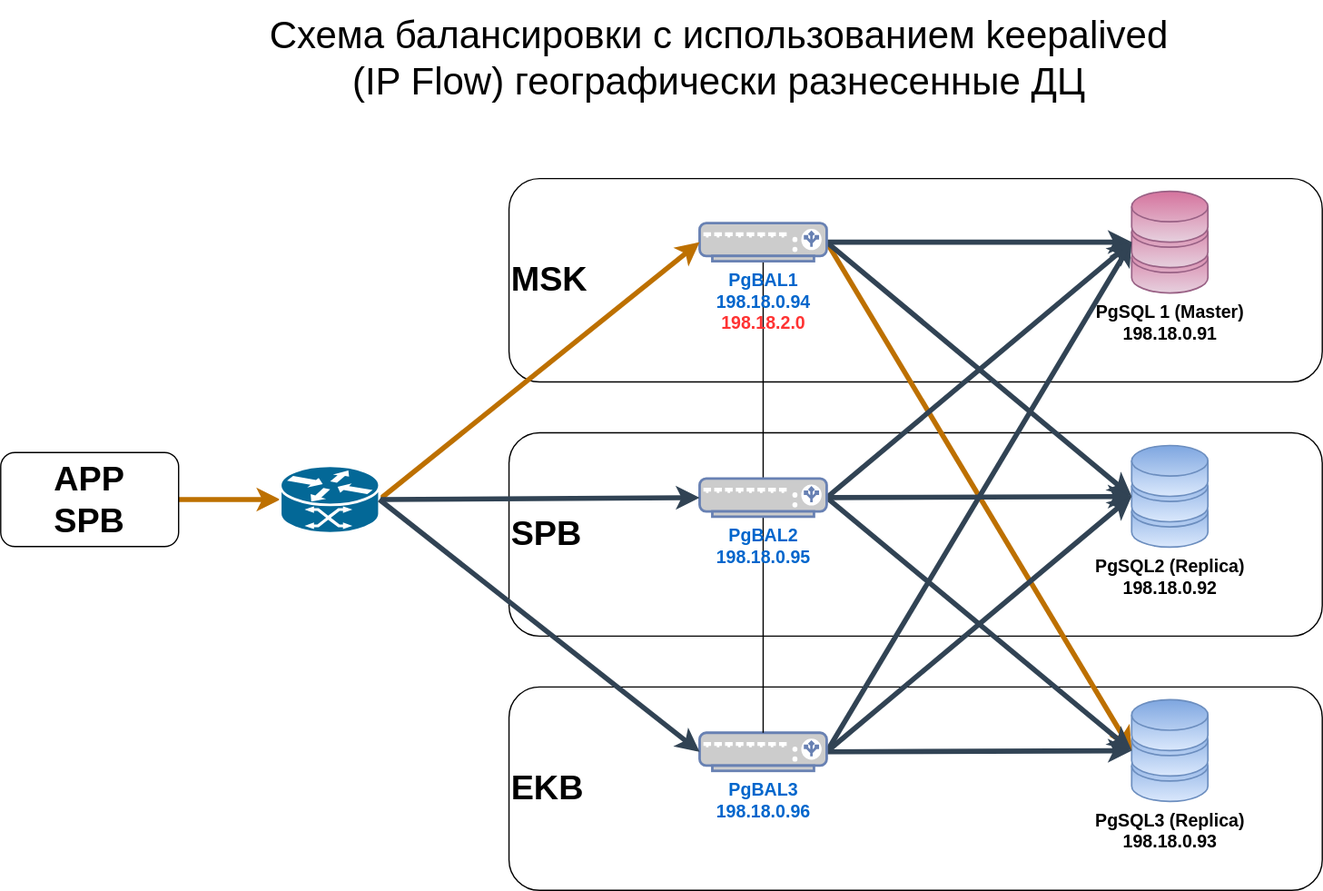
Before: support/drawio/ntwrk_03.drawio.svg, a diagram exported from draw.io (IgorAlov/pg_pool2_ng). Source tidied: cells renumbered, new cells last; positions are measured from the earlier drawing's top-left corner, leaving out a move shared by most shapes.
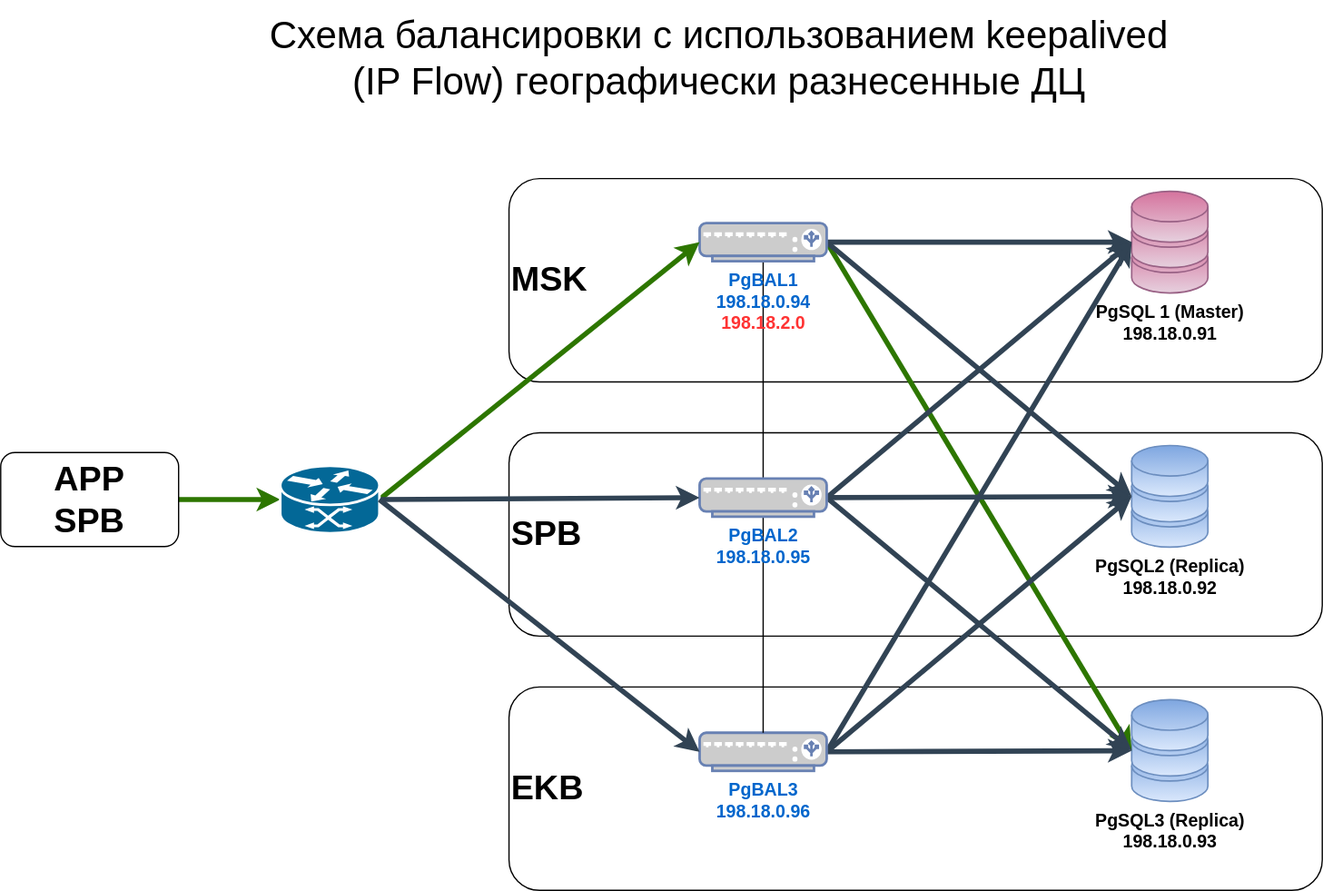
The same diagram one commit later.

Change to the diagram source:
```diff
@@ -23,7 +23,7 @@
     <mxCell id="8" style="edgeStyle=none;html=1;fontSize=14;entryX=0;entryY=0.5;entryDx=0;entryDy=0;entryPerimeter=0;fillColor=#647687;strokeColor=#314354;strokeWidth=4;flowAnimation=0;" parent="1" edge="1" source="12" target="5">
       <mxGeometry relative="1" as="geometry" />
     </mxCell>
-    <mxCell id="9" style="edgeStyle=none;html=1;exitX=1;exitY=0.5;exitDx=0;exitDy=0;exitPerimeter=0;entryX=0;entryY=0.5;entryDx=0;entryDy=0;entryPerimeter=0;fontSize=14;fillColor=#f0a30a;strokeColor=#BD7000;strokeWidth=4;flowAnimation=1;" parent="1" edge="1" source="12" target="7">
+    <mxCell id="9" style="edgeStyle=none;html=1;exitX=1;exitY=0.5;exitDx=0;exitDy=0;exitPerimeter=0;entryX=0;entryY=0.5;entryDx=0;entryDy=0;entryPerimeter=0;fontSize=14;fillColor=#60a917;strokeColor=#2D7600;strokeWidth=4;flowAnimation=1;" parent="1" edge="1" source="12" target="7">
       <mxGeometry relative="1" as="geometry" />
     </mxCell>
     <mxCell id="10" style="edgeStyle=none;html=1;exitX=1;exitY=0.5;exitDx=0;exitDy=0;exitPerimeter=0;entryX=0;entryY=0.5;entryDx=0;entryDy=0;entryPerimeter=0;fontSize=14;fillColor=#647687;strokeColor=#314354;strokeWidth=4;flowAnimation=0;" parent="1" edge="1" source="12" target="6">
@@ -62,13 +62,13 @@
     <mxCell id="21" value="PgBAL2&lt;br&gt;198.18.0.95" style="fontColor=#0066CC;verticalAlign=top;verticalLabelPosition=bottom;labelPosition=center;align=center;html=1;outlineConnect=0;fillColor=#CCCCCC;strokeColor=#6881B3;gradientColor=none;gradientDirection=north;strokeWidth=2;shape=mxgraph.networks.load_balancer;fontSize=14;fontStyle=1;" parent="1" vertex="1">
       <mxGeometry x="550" y="376" width="100" height="30" as="geometry" />
     </mxCell>
-    <mxCell id="22" style="edgeStyle=none;html=1;exitX=1;exitY=0.5;exitDx=0;exitDy=0;entryX=0;entryY=0.5;entryDx=0;entryDy=0;entryPerimeter=0;strokeWidth=4;fontSize=27;flowAnimation=1;fillColor=#f0a30a;strokeColor=#BD7000;" parent="1" edge="1" source="23" target="26">
+    <mxCell id="22" style="edgeStyle=none;html=1;exitX=1;exitY=0.5;exitDx=0;exitDy=0;entryX=0;entryY=0.5;entryDx=0;entryDy=0;entryPerimeter=0;strokeWidth=4;fontSize=27;flowAnimation=1;fillColor=#60a917;strokeColor=#2D7600;" parent="1" edge="1" source="23" target="26">
       <mxGeometry relative="1" as="geometry" />
     </mxCell>
     <mxCell id="23" value="APP&lt;br&gt;SPB" style="rounded=1;whiteSpace=wrap;html=1;fontSize=27;fontStyle=1;" parent="1" vertex="1">
       <mxGeometry y="355.5" width="140" height="74" as="geometry" />
     </mxCell>
-    <mxCell id="24" style="edgeStyle=none;html=1;entryX=0;entryY=0.5;entryDx=0;entryDy=0;strokeWidth=4;fontSize=27;entryPerimeter=0;exitX=1;exitY=0.5;exitDx=0;exitDy=0;exitPerimeter=0;flowAnimation=1;fillColor=#f0a30a;strokeColor=#BD7000;" parent="1" edge="1" source="26" target="12">
+    <mxCell id="24" style="edgeStyle=none;html=1;entryX=0;entryY=0.5;entryDx=0;entryDy=0;strokeWidth=4;fontSize=27;entryPerimeter=0;exitX=1;exitY=0.5;exitDx=0;exitDy=0;exitPerimeter=0;flowAnimation=1;fillColor=#60a917;strokeColor=#2D7600;" parent="1" edge="1" source="26" target="12">
       <mxGeometry relative="1" as="geometry" />
     </mxCell>
     <mxCell id="25" style="edgeStyle=none;html=1;exitX=1;exitY=0.5;exitDx=0;exitDy=0;exitPerimeter=0;strokeWidth=4;fontSize=27;entryX=0;entryY=0.5;entryDx=0;entryDy=0;entryPerimeter=0;flowAnimation=0;fillColor=#647687;strokeColor=#314354;" parent="1" edge="1" source="26" target="21">
```
